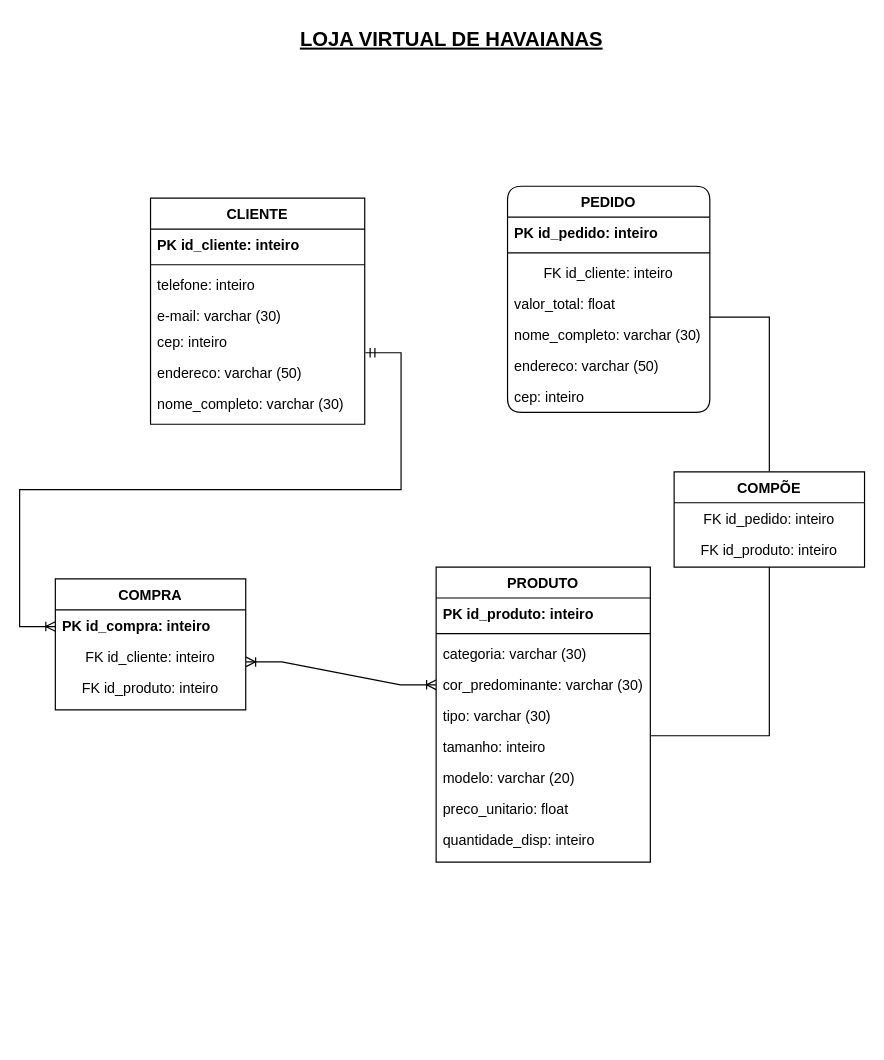
The draw.io diagram Diagrama sem nome.drawio in gustavo-plc/atlas, before the edit. Source tidied: cells renumbered, new cells numbered last; positions are measured from the earlier drawing's top-left corner, leaving out a move shared by most shapes. Both pictures are drawn from the tidied source at 119%, with x=0, y=0 at pixel (31, 19).
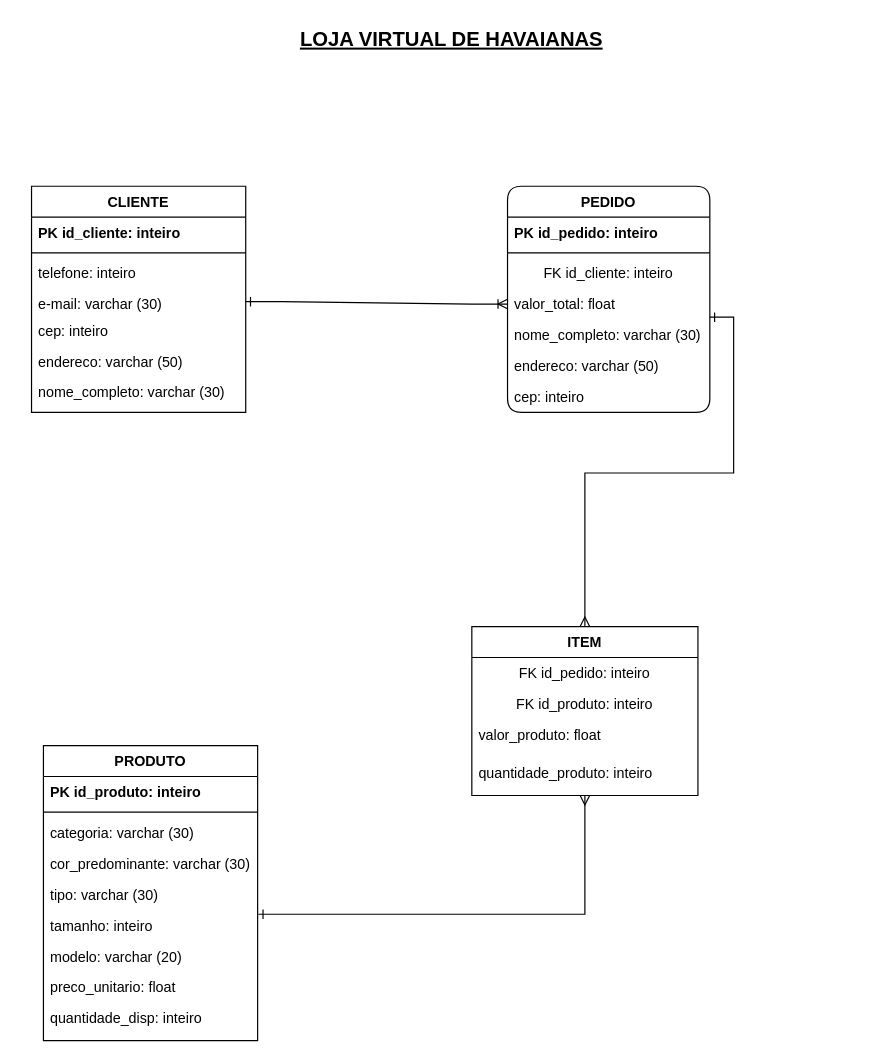
The same diagram, later.

Unchanged cells that the change refers to:
```xml
<mxCell id="6" value="e-mail: varchar (30)" style="text;align=left;verticalAlign=top;spacingLeft=4;spacingRight=4;overflow=hidden;points=[[0,0.5],[1,0.5]];portConstraint=eastwest;" parent="2" vertex="1">
  <mxGeometry y="86" width="180" height="22" as="geometry" />
</mxCell>
<mxCell id="7" value="cep: inteiro" style="text;align=left;verticalAlign=top;spacingLeft=4;spacingRight=4;overflow=hidden;points=[[0,0.5],[1,0.5]];portConstraint=eastwest;" parent="2" vertex="1">
  <mxGeometry y="108" width="180" height="26" as="geometry" />
</mxCell>
<mxCell id="14" value="valor_total: float" style="text;align=left;verticalAlign=top;spacingLeft=4;spacingRight=4;overflow=hidden;points=[[0,0.5],[1,0.5]];portConstraint=eastwest;fontStyle=0;" parent="10" vertex="1">
  <mxGeometry y="86" width="170" height="26" as="geometry" />
</mxCell>
<mxCell id="22" value="cor_predominante: varchar (30)" style="text;align=left;verticalAlign=top;spacingLeft=4;spacingRight=4;overflow=hidden;points=[[0,0.5],[1,0.5]];portConstraint=eastwest;rounded=0;shadow=0;html=0;" parent="18" vertex="1">
  <mxGeometry y="86" width="180" height="26" as="geometry" />
</mxCell>
<mxCell id="24" value="tamanho: inteiro" style="text;align=left;verticalAlign=top;spacingLeft=4;spacingRight=4;overflow=hidden;points=[[0,0.5],[1,0.5]];portConstraint=eastwest;rounded=0;shadow=0;html=0;" parent="18" vertex="1">
  <mxGeometry y="138" width="180" height="26" as="geometry" />
</mxCell>
```

Change to the diagram source:
```diff
@@
     <mxCell id="2" value="CLIENTE" style="swimlane;fontStyle=1;align=center;verticalAlign=top;horizontal=1;startSize=26;rounded=0;shadow=0;strokeWidth=1;" parent="1" vertex="1">
-      <mxGeometry x="100" y="150" width="180" height="190" as="geometry" />
+      <mxGeometry y="140" width="180" height="190" as="geometry" />
     </mxCell>
@@
     <mxCell id="18" value="PRODUTO" style="swimlane;fontStyle=1;align=center;verticalAlign=top;horizontal=1;startSize=26;rounded=0;shadow=0;strokeWidth=1;" parent="1" vertex="1">
-      <mxGeometry x="340" y="460" width="180" height="248" as="geometry" />
+      <mxGeometry x="10" y="610" width="180" height="248" as="geometry" />
     </mxCell>
@@
-    <mxCell id="28" style="edgeStyle=orthogonalEdgeStyle;rounded=0;jettySize=auto;html=1;entryX=1;entryY=0.923;entryDx=0;entryDy=0;entryPerimeter=0;endArrow=none;endFill=0;exitX=0.5;exitY=0;exitDx=0;exitDy=0;" parent="1" edge="1" source="31" target="14">
+    <mxCell id="28" style="edgeStyle=orthogonalEdgeStyle;rounded=0;jettySize=auto;html=1;entryX=1;entryY=0.923;entryDx=0;entryDy=0;entryPerimeter=0;endArrow=ERone;endFill=0;exitX=0.5;exitY=0;exitDx=0;exitDy=0;startArrow=ERmany;startFill=0;" parent="1" edge="1" source="31" target="14">
       <mxGeometry relative="1" as="geometry" />
     </mxCell>
@@
-    <mxCell id="30" style="edgeStyle=orthogonalEdgeStyle;rounded=0;jettySize=auto;html=1;endArrow=none;endFill=0;exitX=1.003;exitY=0.146;exitDx=0;exitDy=0;exitPerimeter=0;entryX=0.5;entryY=1;entryDx=0;entryDy=0;" parent="1" edge="1" source="24" target="31">
+    <mxCell id="30" style="edgeStyle=orthogonalEdgeStyle;rounded=0;jettySize=auto;html=1;endArrow=ERmany;endFill=0;exitX=1.003;exitY=0.146;exitDx=0;exitDy=0;exitPerimeter=0;entryX=0.5;entryY=1;entryDx=0;entryDy=0;startArrow=ERone;startFill=0;" parent="1" edge="1" source="24" target="31">
       <mxGeometry relative="1" as="geometry" />
     </mxCell>
-    <mxCell id="31" value="COMPÕE" style="swimlane;fontStyle=1;align=center;verticalAlign=top;horizontal=1;startSize=26;rounded=0;shadow=0;strokeWidth=1;" parent="1" vertex="1">
-      <mxGeometry x="540" y="380" width="160" height="80" as="geometry" />
+    <mxCell id="31" value="ITEM" style="swimlane;fontStyle=1;align=center;verticalAlign=top;horizontal=1;startSize=26;rounded=0;shadow=0;strokeWidth=1;" parent="1" vertex="1">
+      <mxGeometry x="370" y="510" width="190" height="142" as="geometry" />
     </mxCell>
     <mxCell id="32" value="FK id_pedido: inteiro" style="text;align=center;verticalAlign=top;spacingLeft=4;spacingRight=4;overflow=hidden;fontStyle=0;" parent="31" vertex="1">
-      <mxGeometry y="26" width="160" height="26" as="geometry" />
+      <mxGeometry y="26" width="190" height="26" as="geometry" />
     </mxCell>
     <mxCell id="33" value="FK id_produto: inteiro" style="text;align=center;verticalAlign=top;spacingLeft=4;spacingRight=4;overflow=hidden;fontStyle=0;" parent="31" vertex="1">
-      <mxGeometry y="52" width="160" height="26" as="geometry" />
+      <mxGeometry y="52" width="190" height="26" as="geometry" />
     </mxCell>
-    <mxCell id="34" value="COMPRA" style="swimlane;fontStyle=1;align=center;verticalAlign=top;horizontal=1;startSize=26;rounded=0;shadow=0;strokeWidth=1;" parent="1" vertex="1">
-      <mxGeometry x="20" y="470" width="160" height="110" as="geometry" />
-    </mxCell>
-    <mxCell id="35" value="PK id_compra: inteiro" style="text;align=left;verticalAlign=top;spacingLeft=4;spacingRight=4;overflow=hidden;fontStyle=1;" parent="34" vertex="1">
-      <mxGeometry y="26" width="160" height="26" as="geometry" />
-    </mxCell>
-    <mxCell id="36" value="FK id_cliente: inteiro" style="text;align=center;verticalAlign=top;spacingLeft=4;spacingRight=4;overflow=hidden;points=[[0,0.5],[1,0.5]];portConstraint=eastwest;fontStyle=0;" parent="34" vertex="1">
-      <mxGeometry y="52" width="160" height="26" as="geometry" />
-    </mxCell>
-    <mxCell id="37" value="FK id_produto: inteiro" style="text;align=center;verticalAlign=top;spacingLeft=4;spacingRight=4;overflow=hidden;fontStyle=0;" parent="34" vertex="1">
-      <mxGeometry y="78" width="160" height="26" as="geometry" />
-    </mxCell>
-    <mxCell id="38" style="edgeStyle=entityRelationEdgeStyle;fontSize=12;html=1;endArrow=ERoneToMany;startArrow=ERoneToMany;rounded=0;entryX=0;entryY=0.5;entryDx=0;entryDy=0;startFill=0;exitX=1.002;exitY=0.681;exitDx=0;exitDy=0;exitPerimeter=0;" parent="1" edge="1" source="36" target="22">
-      <mxGeometry relative="1" as="geometry" />
-    </mxCell>
-    <mxCell id="39" style="edgeStyle=entityRelationEdgeStyle;fontSize=12;html=1;endArrow=ERoneToMany;startArrow=ERmandOne;rounded=0;exitX=1.003;exitY=0.844;exitDx=0;exitDy=0;exitPerimeter=0;" parent="1" edge="1" source="7">
-      <mxGeometry relative="1" as="geometry">
-        <mxPoint x="20" y="510" as="targetPoint" />
-        <Array as="points">
-          <mxPoint x="80" y="440" />
-          <mxPoint y="370" />
-          <mxPoint y="470" />
-          <mxPoint x="60" y="300" />
-          <mxPoint x="50" y="320" />
-          <mxPoint x="70" y="400" />
-        </Array>
-      </mxGeometry>
-    </mxCell>
+    <mxCell id="40" value="valor_produto: float" style="text;align=left;verticalAlign=top;spacingLeft=4;spacingRight=4;overflow=hidden;" parent="31" vertex="1">
+      <mxGeometry y="78" width="190" height="32" as="geometry" />
+    </mxCell>
+    <mxCell id="41" value="quantidade_produto: inteiro" style="text;align=left;verticalAlign=top;spacingLeft=4;spacingRight=4;overflow=hidden;" parent="31" vertex="1">
+      <mxGeometry y="110" width="190" height="32" as="geometry" />
+    </mxCell>
+    <mxCell id="42" style="edgeStyle=entityRelationEdgeStyle;fontSize=12;html=1;endArrow=ERoneToMany;startArrow=ERone;rounded=0;exitX=1;exitY=0.5;exitDx=0;exitDy=0;startFill=0;entryX=0;entryY=0.5;entryDx=0;entryDy=0;" parent="1" edge="1" source="6" target="14">
+      <mxGeometry relative="1" as="geometry" />
+    </mxCell>
```
